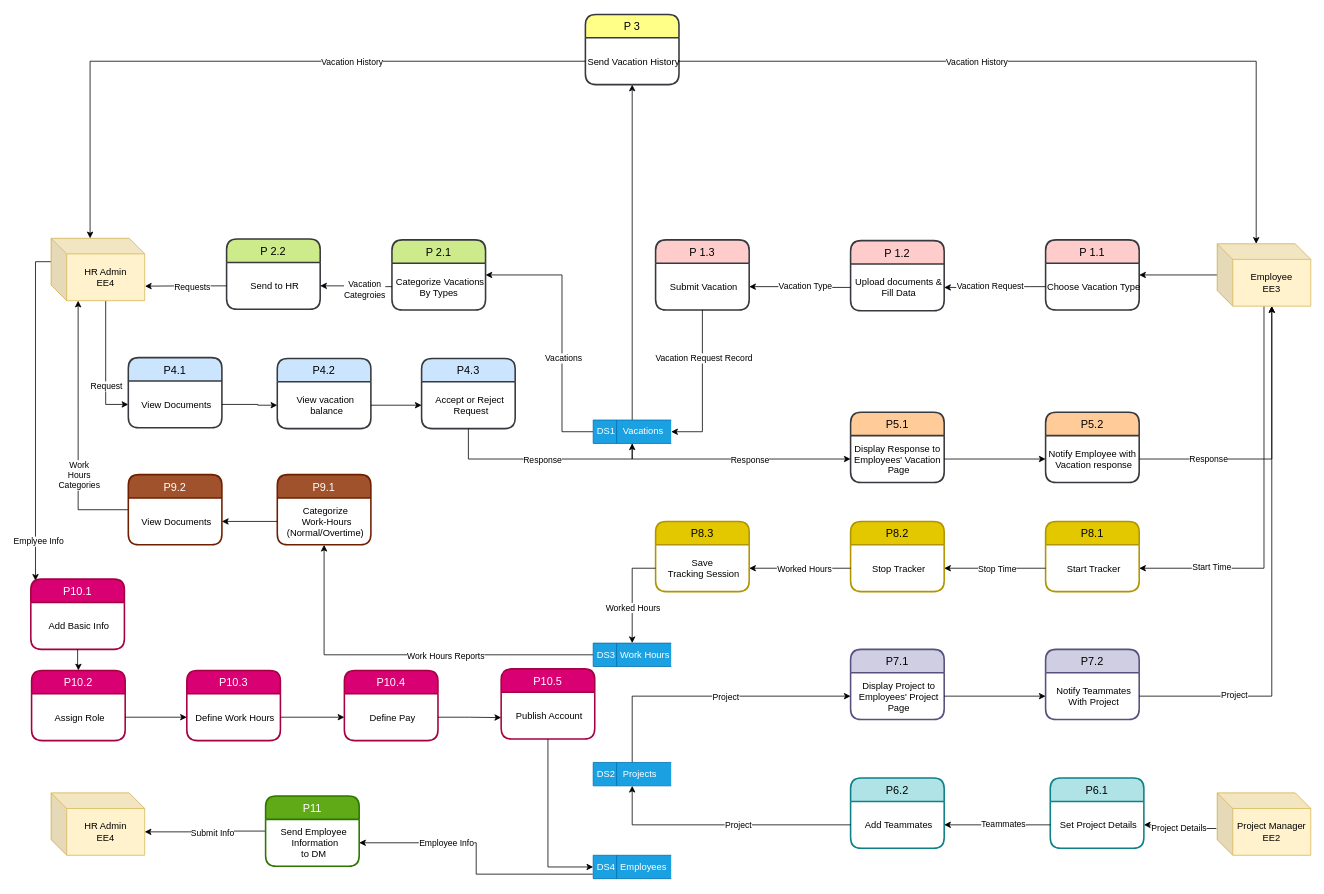
Above: Untitled Diagram.drawio in alaaamady/Data-Flow-Diagra-Level-2 (draw.io), before the change. Source tidied: cells renumbered, new cells numbered last; positions are measured from the earlier drawing's top-left corner, leaving out a move shared by most shapes. Both pictures are drawn from the tidied source at 78%, with x=0, y=0 at pixel (30, 14).
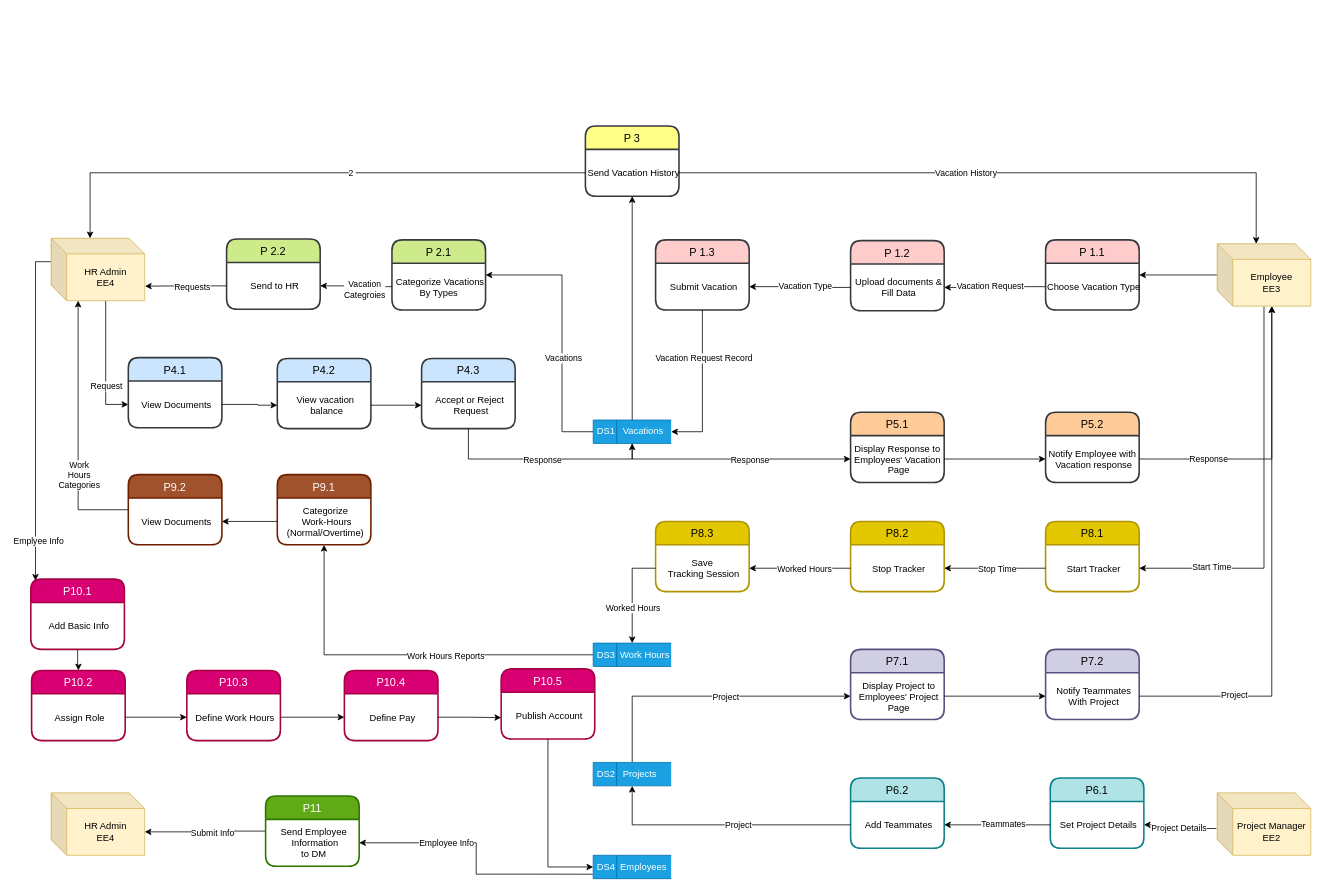
After the change.

Commit message:
finished bgd

Change to the diagram source:
```diff
@@
     <mxCell id="42" value="P 3" style="swimlane;horizontal=1;startSize=30;rounded=1;fontSize=14;fontStyle=0;strokeWidth=2;shadow=0;dashed=0;align=center;verticalAlign=middle;fillColor=#ffff88;strokeColor=#36393d;" parent="1" vertex="1">
-      <mxGeometry x="711" width="120" height="90" as="geometry" />
+      <mxGeometry x="711" y="143" width="120" height="90" as="geometry" />
     </mxCell>
@@
-    <mxCell id="47" value="Vacation History" style="edgeLabel;html=1;align=center;verticalAlign=middle;" parent="1" vertex="1">
-      <mxGeometry x="411" y="60" as="geometry" />
+    <mxCell id="47" value="2&amp;nbsp;" style="edgeLabel;html=1;align=center;verticalAlign=middle;" parent="1" vertex="1">
+      <mxGeometry x="411" y="202" as="geometry" />
     </mxCell>
```
